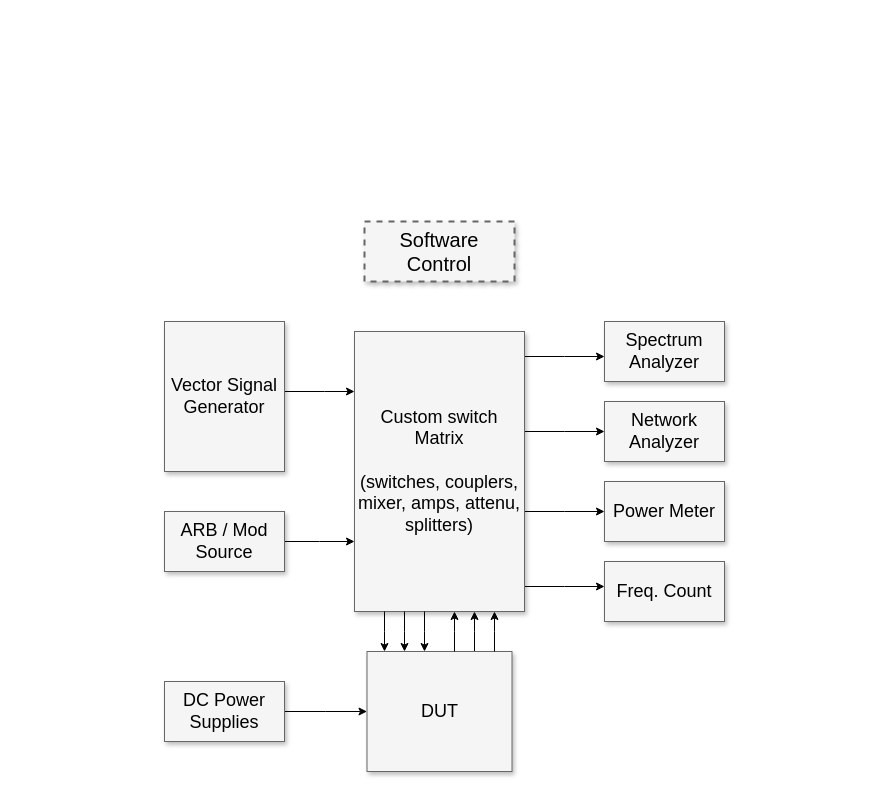
dani2629/lecture-notes keeps this draw.io diagram as Untitled Diagram.drawio. Above is the earlier version. Source tidied: cells renumbered, new cells numbered last; positions are measured from the earlier drawing's top-left corner, leaving out a move shared by most shapes. Both pictures are drawn from the tidied source at 100%, with x=0, y=0 at pixel (164, 221).
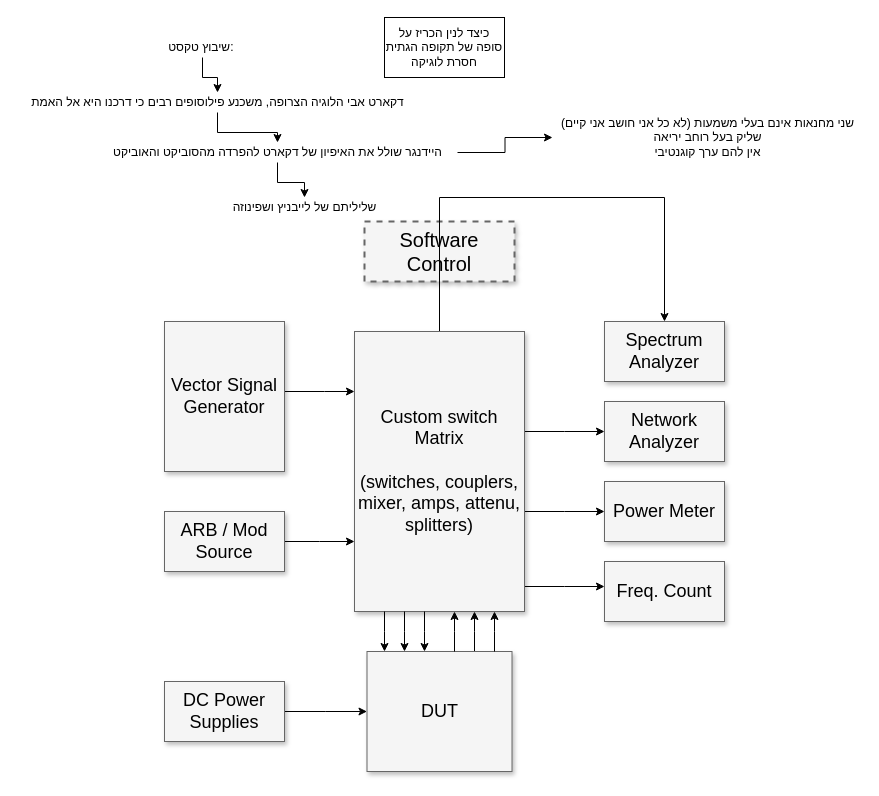
The same page after the edit.

Unchanged cells that the change refers to:
```xml
<mxCell id="8" value="Custom switch Matrix&lt;div&gt;&lt;br&gt;&lt;/div&gt;&lt;div&gt;(switches, couplers, mixer, amps, attenu, splitters)&lt;/div&gt;" style="whiteSpace=wrap;html=1;shadow=1;fontSize=18;fillColor=#f5f5f5;strokeColor=#666666;" parent="1" vertex="1">
  <mxGeometry x="190" y="110" width="170" height="280" as="geometry" />
</mxCell>
<mxCell id="9" value="Spectrum Analyzer" style="whiteSpace=wrap;html=1;shadow=1;fontSize=18;fillColor=#f5f5f5;strokeColor=#666666;" parent="1" vertex="1">
  <mxGeometry x="440" y="100" width="120" height="60" as="geometry" />
</mxCell>
```

The edit, as a diff of the source:
```diff
@@
     <mxCell id="3" style="edgeStyle=elbowEdgeStyle;rounded=0;html=1;startArrow=none;startFill=0;jettySize=auto;fontSize=18;elbow=vertical;" parent="1" edge="1" source="8" target="9">
-      <mxGeometry relative="1" as="geometry" />
+      <mxGeometry relative="1" as="geometry">
+        <Array as="points">
+          <mxPoint x="400" y="-24" />
+        </Array>
+      </mxGeometry>
     </mxCell>
@@
+    <mxCell id="25" style="edgeStyle=orthogonalEdgeStyle;rounded=0;jettySize=auto;html=1;strokeColor=#000000;" parent="1" edge="1" source="26" target="29">
+      <mxGeometry relative="1" as="geometry" />
+    </mxCell>
+    <mxCell id="26" value="&lt;font color=&quot;#000000&quot;&gt;שיבוץ טקסט:&amp;nbsp;&lt;br&gt;&lt;/font&gt;" style="text;html=1;align=center;verticalAlign=middle;points=[];" parent="1" vertex="1">
+      <mxGeometry x="-7" y="-184" width="90" height="20" as="geometry" />
+    </mxCell>
+    <mxCell id="27" value="&lt;font color=&quot;#000000&quot;&gt;כיצד לנין הכריז על סופה של תקופה הגתית חסרת לוגיקה&lt;/font&gt;" style="rounded=0;whiteSpace=wrap;html=1;fillColor=none;strokeColor=#000000;" parent="1" vertex="1">
+      <mxGeometry x="220" y="-204" width="120" height="60" as="geometry" />
+    </mxCell>
+    <mxCell id="28" style="edgeStyle=orthogonalEdgeStyle;rounded=0;jettySize=auto;html=1;strokeColor=#000000;" parent="1" edge="1" source="29" target="32">
+      <mxGeometry relative="1" as="geometry" />
+    </mxCell>
+    <mxCell id="29" value="&lt;font color=&quot;#000000&quot;&gt;דקארט אבי הלוגיה הצרופה, משכנע פילוסופים רבים כי דרכנו היא אל האמת&lt;br&gt;&lt;/font&gt;" style="text;html=1;align=center;verticalAlign=middle;points=[];" parent="1" vertex="1">
+      <mxGeometry x="-147" y="-129" width="400" height="20" as="geometry" />
+    </mxCell>
+    <mxCell id="30" style="edgeStyle=orthogonalEdgeStyle;rounded=0;jettySize=auto;html=1;strokeColor=#000000;" parent="1" edge="1" source="32" target="33">
+      <mxGeometry relative="1" as="geometry" />
+    </mxCell>
+    <mxCell id="31" style="edgeStyle=orthogonalEdgeStyle;rounded=0;jettySize=auto;html=1;strokeColor=#000000;" parent="1" edge="1" source="32" target="34">
+      <mxGeometry relative="1" as="geometry" />
+    </mxCell>
+    <mxCell id="32" value="&lt;font color=&quot;#000000&quot;&gt;היידנגר שולל את האיפיון של דקארט להפרדה מהסוביקט והאוביקט&lt;br&gt;&lt;/font&gt;" style="text;html=1;align=center;verticalAlign=middle;points=[];" parent="1" vertex="1">
+      <mxGeometry x="-67" y="-79" width="360" height="20" as="geometry" />
+    </mxCell>
+    <mxCell id="33" value="&lt;font color=&quot;#000000&quot;&gt;שני מחנאות אינם בעלי משמעות (לא כל אני חושב אני קיים)&lt;br&gt;שליק בעל רוחב יריאה&lt;br&gt;אין להם ערך קוגנטיבי&lt;br&gt;&lt;/font&gt;" style="text;html=1;align=center;verticalAlign=middle;points=[];" parent="1" vertex="1">
+      <mxGeometry x="388" y="-109" width="310" height="50" as="geometry" />
+    </mxCell>
+    <mxCell id="34" value="&lt;font color=&quot;#000000&quot;&gt;שליליתם של לייבניץ ושפינוזה&lt;br&gt;&lt;/font&gt;" style="text;html=1;align=center;verticalAlign=middle;points=[];" parent="1" vertex="1">
+      <mxGeometry x="60" y="-24" width="160" height="20" as="geometry" />
+    </mxCell>
```
